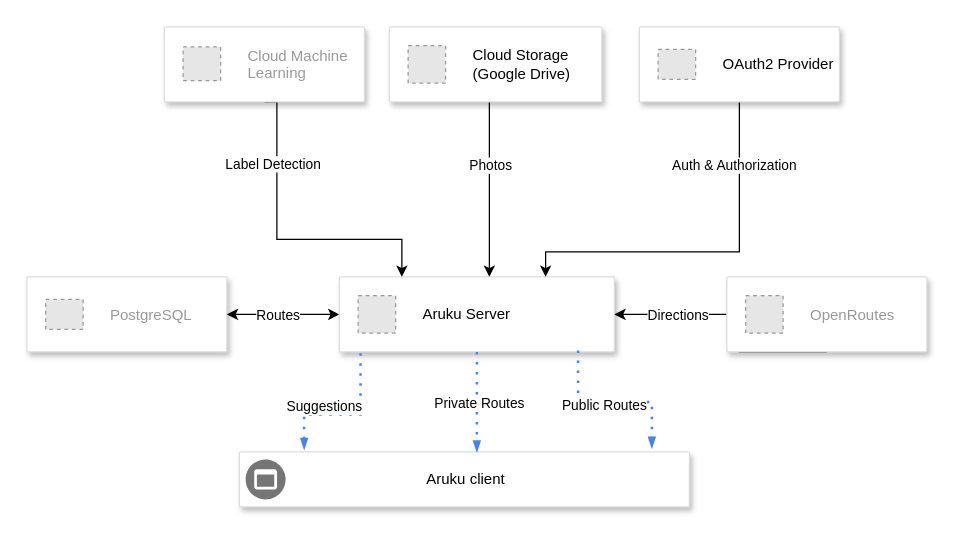
SillyCoon/ustav keeps this draw.io diagram as Untitled Diagram.drawio. Above is the earlier version. Source tidied: cells renumbered, new cells numbered last; positions are measured from the earlier drawing's top-left corner, leaving out a move shared by most shapes. Both pictures are drawn from the tidied source at 125%, with x=0, y=0 at pixel (26, 26). Pictures stored in the file or linked from it are replaced by grey dashed boxes.
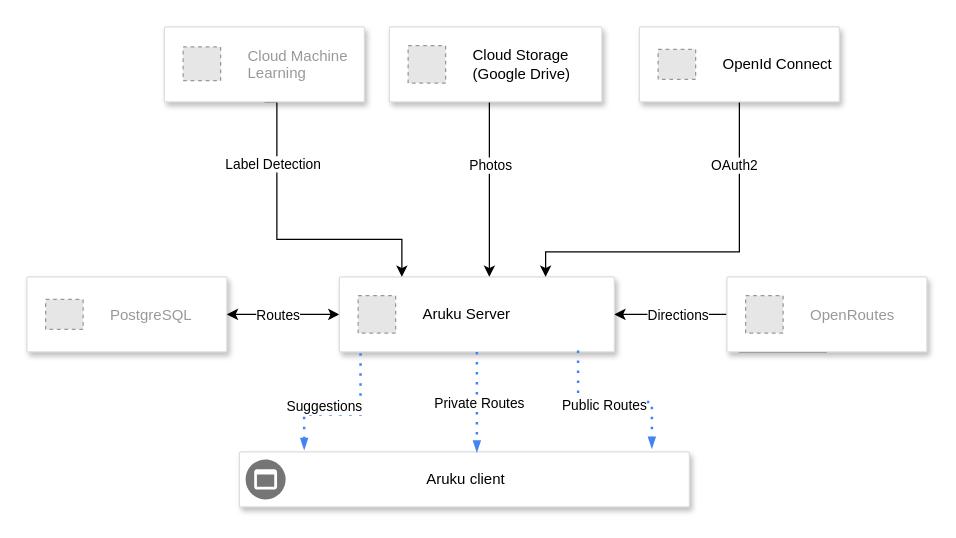
Above is the later version.

Unchanged cells that the change refers to:
```xml
<mxCell id="22" style="edgeStyle=orthogonalEdgeStyle;rounded=0;jettySize=auto;html=1;startArrow=none;startFill=0;entryX=0.75;entryY=0;entryDx=0;entryDy=0;" parent="1" edge="1" target="6">
  <mxGeometry relative="1" as="geometry">
    <mxPoint x="570" y="56" as="sourcePoint" />
    <Array as="points">
      <mxPoint x="570" y="180" />
      <mxPoint x="415" y="180" />
    </Array>
  </mxGeometry>
</mxCell>
<mxCell id="30" style="strokeColor=#dddddd;shadow=1;strokeWidth=1;rounded=1;absoluteArcSize=1;arcSize=2;" parent="1" vertex="1">
  <mxGeometry x="490" width="160" height="60" as="geometry" />
</mxCell>
```

What changed in the source:
```diff
@@
-    <mxCell id="23" value="Auth &amp;amp; Authorization" style="edgeLabel;html=1;align=center;verticalAlign=middle;" parent="22" vertex="1">
+    <mxCell id="23" value="OAuth2" style="edgeLabel;html=1;align=center;verticalAlign=middle;" parent="22" vertex="1">
       <mxGeometry x="0.03" y="-3" relative="1" as="geometry">
         <mxPoint x="25" y="-67" as="offset" />
       </mxGeometry>
     </mxCell>
@@
-    <mxCell id="31" value="&lt;font color=&quot;#000000&quot;&gt;OAuth2 Provider&lt;br&gt;&lt;/font&gt;" style="fillColor=#E6E6E6;strokeColor=#999999;dashed=1;html=1;fontColor=#999999;verticalLabelPosition=middle;labelBackgroundColor=#ffffff;verticalAlign=middle;labelPosition=right;align=left;spacingLeft=20;" parent="30" vertex="1">
+    <mxCell id="31" value="&lt;font color=&quot;#000000&quot;&gt;OpenId Connect&lt;br&gt;&lt;/font&gt;" style="fillColor=#E6E6E6;strokeColor=#999999;dashed=1;html=1;fontColor=#999999;verticalLabelPosition=middle;labelBackgroundColor=#ffffff;verticalAlign=middle;labelPosition=right;align=left;spacingLeft=20;" parent="30" vertex="1">
       <mxGeometry width="30" height="24" relative="1" as="geometry">
         <mxPoint x="15" y="18" as="offset" />
       </mxGeometry>
     </mxCell>
```
